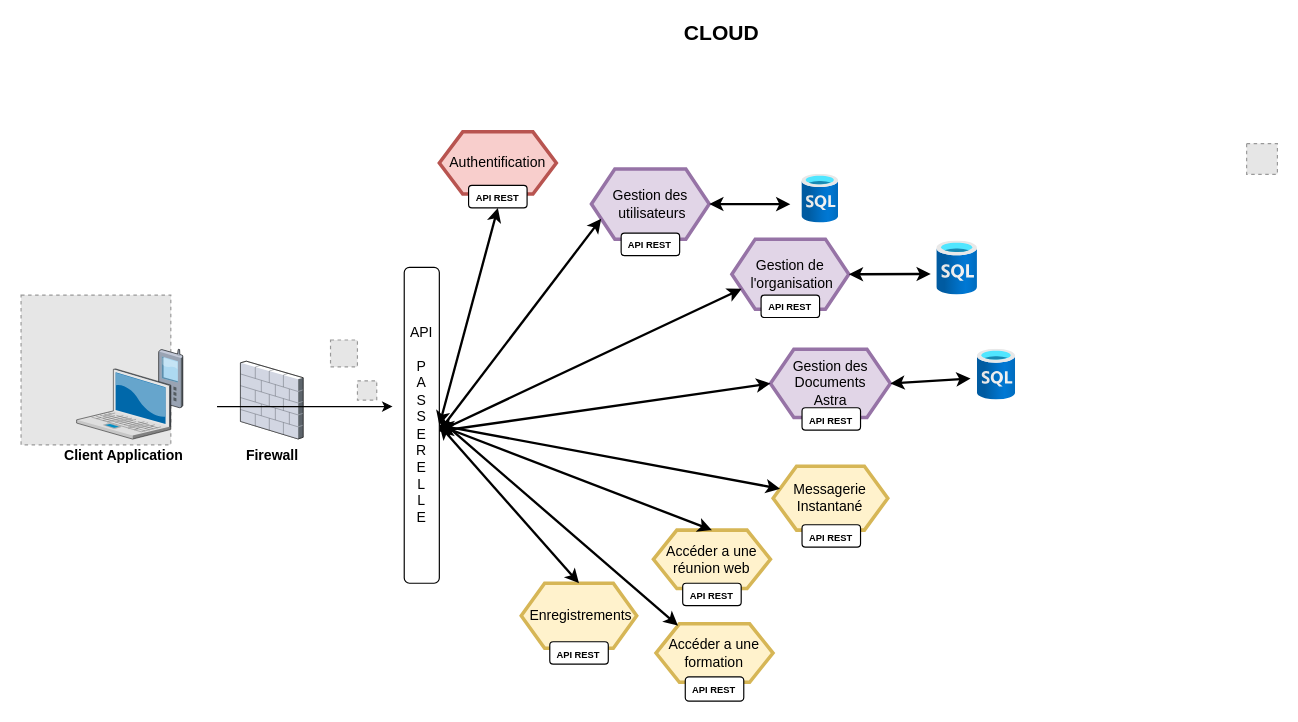
The draw.io diagram page "AchitectureGlobale_Astra" (5 of 9) of AstraComponentDiagr.drawio in Lamessolo/ProjetLeadTech, before the edit. Source tidied: cells renumbered, new cells numbered last; positions are measured from the earlier drawing's top-left corner, leaving out a move shared by most shapes. Both pictures are drawn from the tidied source at 117%, with x=0, y=0 at pixel (20, 21). Pictures stored in the file or linked from it are replaced by grey dashed boxes.
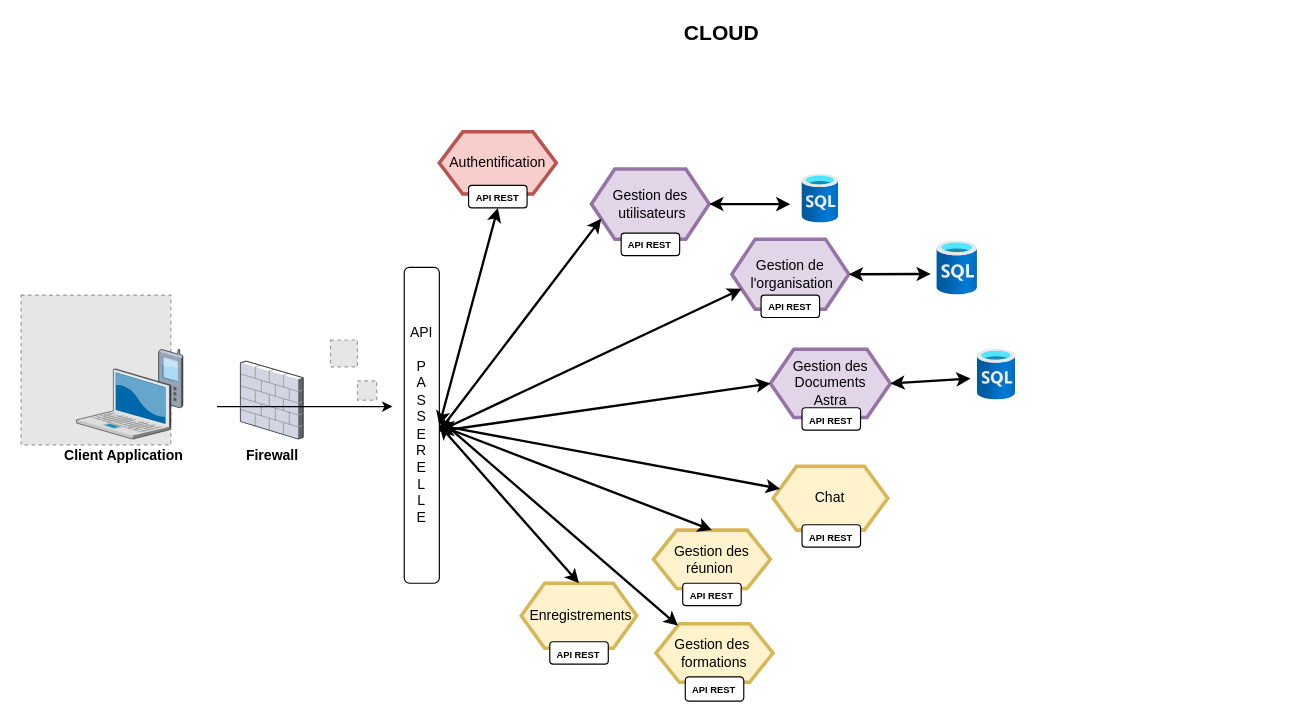
The same page after the edit.

The edit, as a diff of the source:
```diff
@@
-    <mxCell id="13" value="Messagerie&lt;br&gt;Instantané" style="shape=hexagon;perimeter=hexagonPerimeter2;whiteSpace=wrap;html=1;fixedSize=1;fillColor=#fff2cc;strokeColor=#d6b656;strokeWidth=3;" parent="1" vertex="1">
+    <mxCell id="13" value="Chat" style="shape=hexagon;perimeter=hexagonPerimeter2;whiteSpace=wrap;html=1;fixedSize=1;fillColor=#fff2cc;strokeColor=#d6b656;strokeWidth=3;" parent="1" vertex="1">
       <mxGeometry x="643.3" y="380" width="98" height="54.6" as="geometry" />
     </mxCell>
-    <mxCell id="14" value="Accéder a une réunion web" style="shape=hexagon;perimeter=hexagonPerimeter2;whiteSpace=wrap;html=1;fixedSize=1;fillColor=#fff2cc;strokeColor=#d6b656;strokeWidth=3;" parent="1" vertex="1">
+    <mxCell id="14" value="Gestion des réunion&amp;nbsp;" style="shape=hexagon;perimeter=hexagonPerimeter2;whiteSpace=wrap;html=1;fixedSize=1;fillColor=#fff2cc;strokeColor=#d6b656;strokeWidth=3;" parent="1" vertex="1">
       <mxGeometry x="541" y="434.6" width="100" height="49.9" as="geometry" />
     </mxCell>
@@
-    <mxCell id="20" style="fillColor=#E6E6E6;strokeColor=#999999;dashed=1;html=1;verticalAlign=top;verticalLabelPosition=bottom;labelBackgroundColor=#ffffff;" parent="1" vertex="1">
-      <mxGeometry x="1048" y="104.2" width="26.3" height="26.3" as="geometry" />
-    </mxCell>
@@
-    <mxCell id="39" value="Accéder a une formation" style="shape=hexagon;perimeter=hexagonPerimeter2;whiteSpace=wrap;html=1;fixedSize=1;fillColor=#fff2cc;strokeColor=#d6b656;strokeWidth=3;" parent="1" vertex="1">
+    <mxCell id="39" value="Gestion des&amp;nbsp; formations" style="shape=hexagon;perimeter=hexagonPerimeter2;whiteSpace=wrap;html=1;fixedSize=1;fillColor=#fff2cc;strokeColor=#d6b656;strokeWidth=3;" parent="1" vertex="1">
       <mxGeometry x="543.2" y="514.7" width="100" height="49.9" as="geometry" />
     </mxCell>
```
